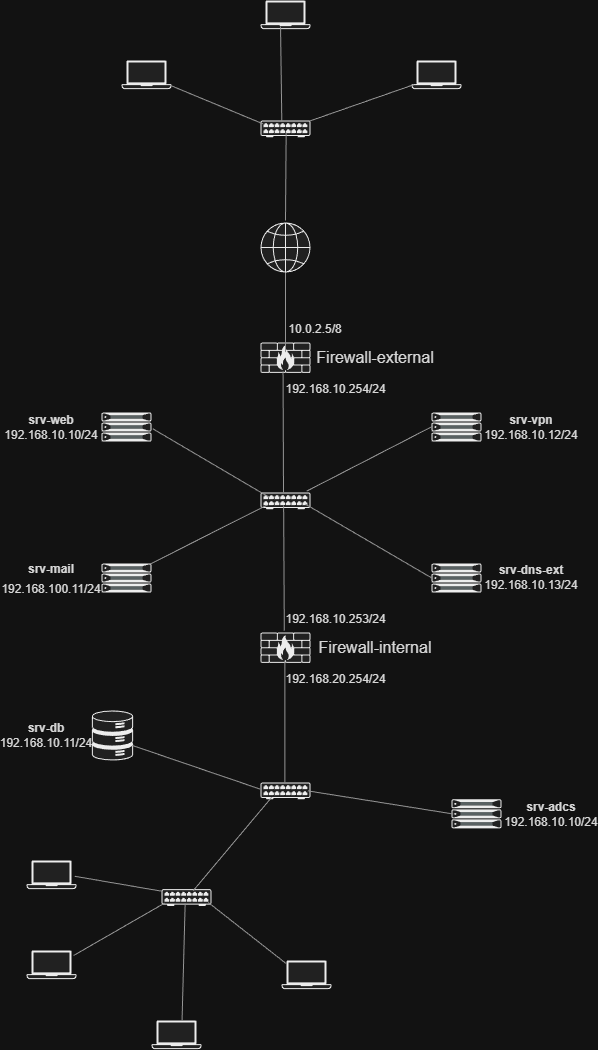
Earlier version of the draw.io export ressources/projet-reseaux-architecture.png (kylianjoff/projet-reseaux). Source tidied: cells renumbered, new cells last; positions are measured from the earlier drawing's top-left corner, leaving out a move shared by most shapes.
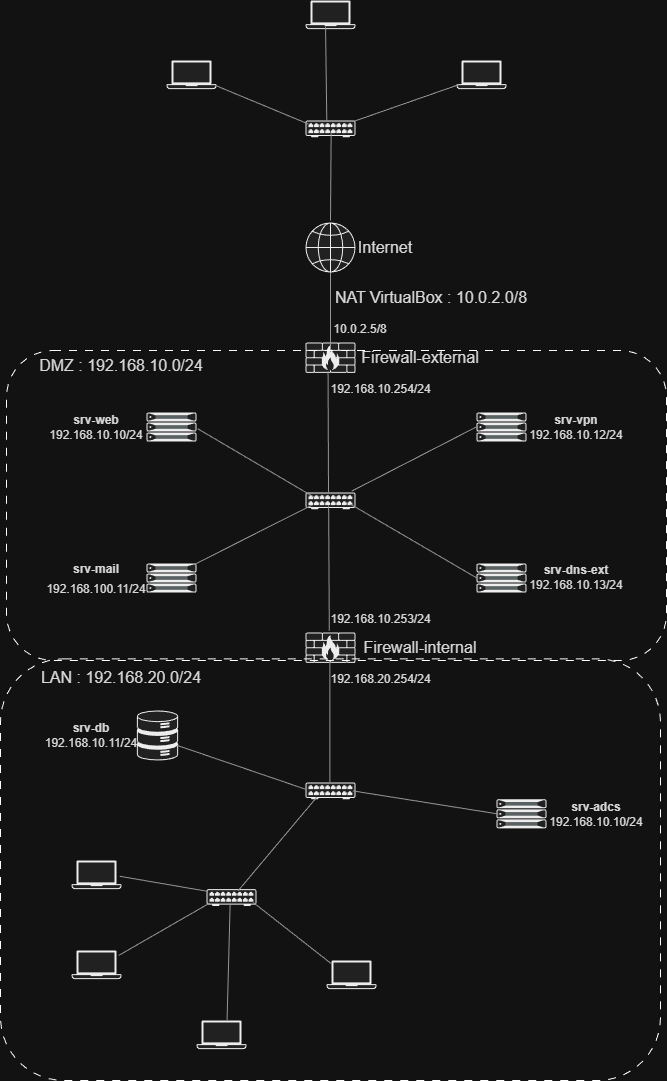
The same file after the commit.

Commit message:
Nouveau schéma

Change to the diagram source:
```diff
@@ -161,5 +161,23 @@
     <mxCell id="52" value="Firewall-internal" style="text;html=1;whiteSpace=wrap;strokeColor=none;fillColor=none;align=center;verticalAlign=middle;rounded=0;fontSize=16;fontColor=#1A1A1A;" parent="1" vertex="1">
       <mxGeometry x="294" y="632" width="130" height="30" as="geometry" />
     </mxCell>
+    <mxCell id="53" style="rounded=1;whiteSpace=wrap;html=1;strokeColor=light-dark(#FFFFFF,#FFFFFF);fontColor=#1A1A1A;fillColor=none;dashed=1;dashPattern=8 8;" parent="1" vertex="1">
+      <mxGeometry x="-55" y="350" width="660" height="310" as="geometry" />
+    </mxCell>
+    <mxCell id="54" style="rounded=1;whiteSpace=wrap;html=1;strokeColor=light-dark(#FFFFFF,#FFFFFF);fontColor=#1A1A1A;fillColor=none;dashed=1;dashPattern=8 8;" parent="1" vertex="1">
+      <mxGeometry x="-61" y="658.3" width="660" height="421.7" as="geometry" />
+    </mxCell>
+    <mxCell id="55" value="Internet" style="text;html=1;whiteSpace=wrap;strokeColor=none;fillColor=none;align=center;verticalAlign=middle;rounded=0;fontSize=16;fontColor=#1A1A1A;" parent="1" vertex="1">
+      <mxGeometry x="294" y="232" width="60" height="30" as="geometry" />
+    </mxCell>
+    <mxCell id="56" value="DMZ : 192.168.10.0/24" style="text;html=1;whiteSpace=wrap;strokeColor=none;fillColor=none;align=center;verticalAlign=middle;rounded=0;fontSize=16;fontColor=#1A1A1A;" parent="1" vertex="1">
+      <mxGeometry x="-35" y="350" width="190" height="30" as="geometry" />
+    </mxCell>
+    <mxCell id="57" value="LAN : 192.168.20.0/24" style="text;html=1;whiteSpace=wrap;strokeColor=none;fillColor=none;align=center;verticalAlign=middle;rounded=0;fontSize=16;fontColor=#1A1A1A;" parent="1" vertex="1">
+      <mxGeometry x="-35" y="662.4" width="190" height="30" as="geometry" />
+    </mxCell>
+    <mxCell id="58" value="NAT VirtualBox : 10.0.2.0/8" style="text;html=1;whiteSpace=wrap;strokeColor=none;fillColor=none;align=center;verticalAlign=middle;rounded=0;fontSize=16;fontColor=#1A1A1A;" parent="1" vertex="1">
+      <mxGeometry x="265" y="282" width="210" height="30" as="geometry" />
+    </mxCell>
   </root>
 </mxGraphModel>
```
